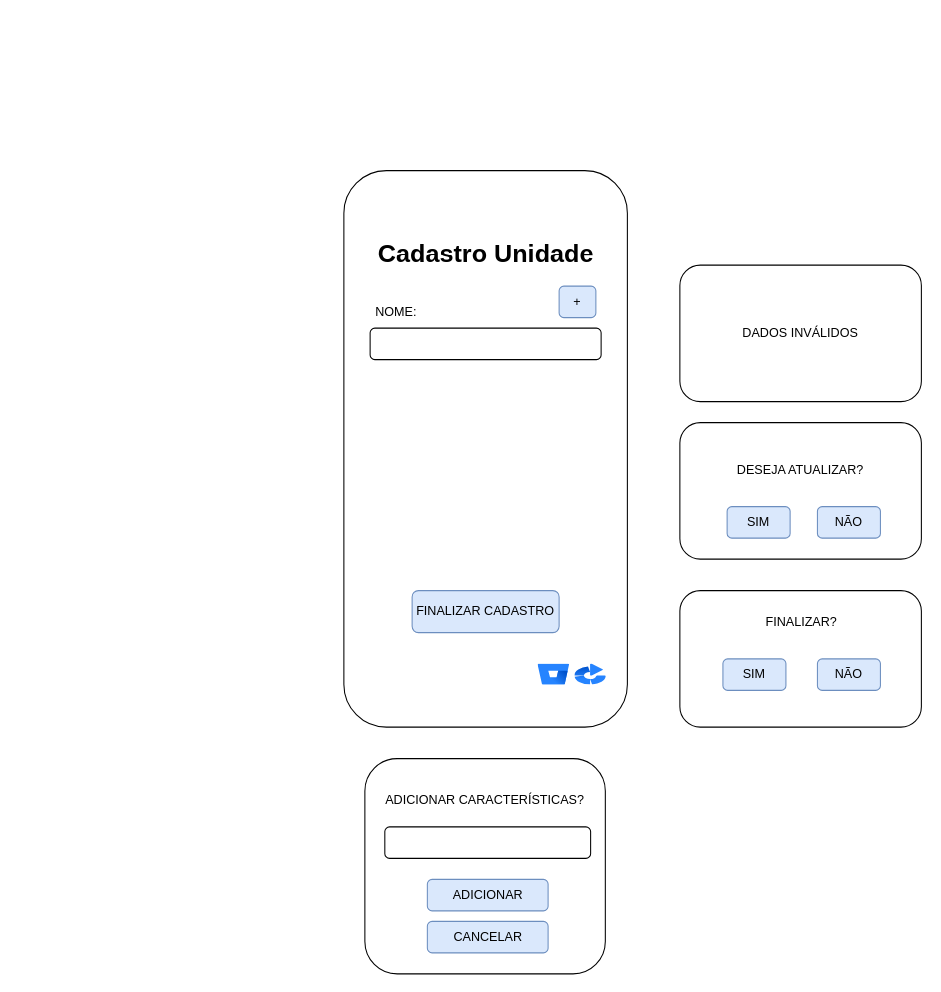
Before: page "Página-6" (6 of 9) of DOC/tela.drawio in juliareis14/avatar.app, a draw.io diagram. Source tidied: cells renumbered, new cells numbered last; positions are measured from the earlier drawing's top-left corner, leaving out a move shared by most shapes. Both pictures are drawn from the tidied source at 105%, with x=0, y=0 at pixel (343, 170).
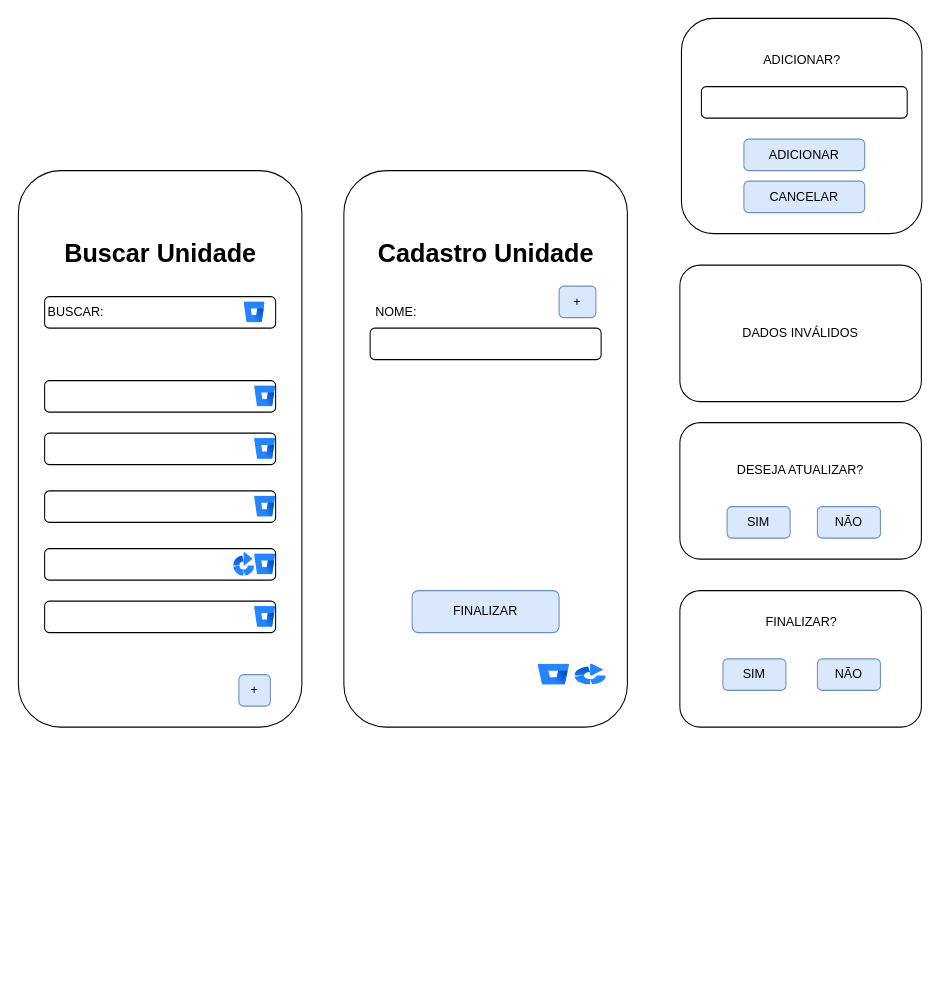
After the change.

Change to the diagram source:
```diff
@@
-    <mxCell id="6" value="FINALIZAR CADASTRO" style="rounded=1;whiteSpace=wrap;html=1;fillColor=#dae8fc;strokeColor=#6c8ebf;" parent="1" vertex="1">
+    <mxCell id="6" value="FINALIZAR" style="rounded=1;whiteSpace=wrap;html=1;fillColor=#dae8fc;strokeColor=#6c8ebf;" parent="1" vertex="1">
       <mxGeometry x="65" y="400" width="140" height="40" as="geometry" />
     </mxCell>
@@
     <mxCell id="19" style="rounded=1;whiteSpace=wrap;html=1;" parent="1" vertex="1">
-      <mxGeometry x="20" y="560" width="229" height="205" as="geometry" />
+      <mxGeometry x="321.5" y="-145" width="229" height="205" as="geometry" />
     </mxCell>
-    <mxCell id="20" value="ADICIONAR CARACTERÍSTICAS?" style="text;html=1;align=center;verticalAlign=middle;whiteSpace=wrap;rounded=0;" parent="1" vertex="1">
-      <mxGeometry x="24" y="585" width="221" height="30" as="geometry" />
+    <mxCell id="20" value="ADICIONAR?" style="text;html=1;align=center;verticalAlign=middle;whiteSpace=wrap;rounded=0;" parent="1" vertex="1">
+      <mxGeometry x="325.5" y="-120" width="221" height="30" as="geometry" />
     </mxCell>
     <mxCell id="21" style="rounded=1;whiteSpace=wrap;html=1;" parent="1" vertex="1">
-      <mxGeometry x="39" y="625" width="196" height="30" as="geometry" />
+      <mxGeometry x="340.5" y="-80" width="196" height="30" as="geometry" />
     </mxCell>
     <mxCell id="22" value="ADICIONAR" style="rounded=1;whiteSpace=wrap;html=1;fillColor=#dae8fc;strokeColor=#6c8ebf;" parent="1" vertex="1">
-      <mxGeometry x="79.5" y="675" width="115" height="30" as="geometry" />
+      <mxGeometry x="381" y="-30" width="115" height="30" as="geometry" />
     </mxCell>
     <mxCell id="23" value="CANCELAR" style="rounded=1;whiteSpace=wrap;html=1;fillColor=#dae8fc;strokeColor=#6c8ebf;" parent="1" vertex="1">
-      <mxGeometry x="79.5" y="715" width="115" height="30" as="geometry" />
+      <mxGeometry x="381" y="10" width="115" height="30" as="geometry" />
     </mxCell>
+    <mxCell id="24" style="rounded=1;whiteSpace=wrap;html=1;" parent="1" vertex="1">
+      <mxGeometry x="-310" width="270" height="530" as="geometry" />
+    </mxCell>
+    <mxCell id="25" value="Buscar Unidade" style="text;strokeColor=none;fillColor=none;html=1;fontSize=24;fontStyle=1;verticalAlign=middle;align=center;" parent="1" vertex="1">
+      <mxGeometry x="-225" y="60" width="100" height="40" as="geometry" />
+    </mxCell>
+    <mxCell id="26" style="rounded=1;whiteSpace=wrap;html=1;" parent="1" vertex="1">
+      <mxGeometry x="-285" y="120" width="220" height="30" as="geometry" />
+    </mxCell>
+    <mxCell id="27" value="BUSCAR:" style="text;html=1;align=center;verticalAlign=middle;whiteSpace=wrap;rounded=0;" parent="1" vertex="1">
+      <mxGeometry x="-285" y="120" width="60" height="30" as="geometry" />
+    </mxCell>
+    <mxCell id="28" style="image;html=1;image=img/lib/atlassian/Bitbucket_Logo.svg;" parent="1" vertex="1">
+      <mxGeometry x="-95" y="125" width="20" height="20" as="geometry" />
+    </mxCell>
+    <mxCell id="29" style="rounded=1;whiteSpace=wrap;html=1;" parent="1" vertex="1">
+      <mxGeometry x="-285" y="200" width="220" height="30" as="geometry" />
+    </mxCell>
+    <mxCell id="30" style="rounded=1;whiteSpace=wrap;html=1;" parent="1" vertex="1">
+      <mxGeometry x="-285" y="250" width="220" height="30" as="geometry" />
+    </mxCell>
+    <mxCell id="31" style="rounded=1;whiteSpace=wrap;html=1;" parent="1" vertex="1">
+      <mxGeometry x="-285" y="305" width="220" height="30" as="geometry" />
+    </mxCell>
+    <mxCell id="32" style="rounded=1;whiteSpace=wrap;html=1;" parent="1" vertex="1">
+      <mxGeometry x="-285" y="360" width="220" height="30" as="geometry" />
+    </mxCell>
+    <mxCell id="33" style="rounded=1;whiteSpace=wrap;html=1;" parent="1" vertex="1">
+      <mxGeometry x="-285" y="410" width="220" height="30" as="geometry" />
+    </mxCell>
+    <mxCell id="34" style="image;html=1;image=img/lib/atlassian/Bitbucket_Logo.svg;" parent="1" vertex="1">
+      <mxGeometry x="-85" y="205" width="20" height="20" as="geometry" />
+    </mxCell>
+    <mxCell id="35" style="image;html=1;image=img/lib/atlassian/Bitbucket_Logo.svg;" parent="1" vertex="1">
+      <mxGeometry x="-85" y="255" width="20" height="20" as="geometry" />
+    </mxCell>
+    <mxCell id="36" style="image;html=1;image=img/lib/atlassian/Bitbucket_Logo.svg;" parent="1" vertex="1">
+      <mxGeometry x="-85" y="310" width="20" height="20" as="geometry" />
+    </mxCell>
+    <mxCell id="37" style="image;html=1;image=img/lib/atlassian/Bitbucket_Logo.svg;" parent="1" vertex="1">
+      <mxGeometry x="-85" y="365" width="20" height="20" as="geometry" />
+    </mxCell>
+    <mxCell id="38" style="image;html=1;image=img/lib/atlassian/Bitbucket_Logo.svg;" parent="1" vertex="1">
+      <mxGeometry x="-85" y="415" width="20" height="20" as="geometry" />
+    </mxCell>
+    <mxCell id="39" style="image;html=1;image=img/lib/atlassian/Bamboo_Logo.svg;direction=east;" parent="1" vertex="1">
+      <mxGeometry x="-105" y="363.8" width="20" height="22.5" as="geometry" />
+    </mxCell>
+    <mxCell id="40" value="+" style="rounded=1;whiteSpace=wrap;html=1;direction=south;fillColor=#dae8fc;strokeColor=#6c8ebf;" parent="1" vertex="1">
+      <mxGeometry x="-100" y="480" width="30" height="30" as="geometry" />
+    </mxCell>
```
